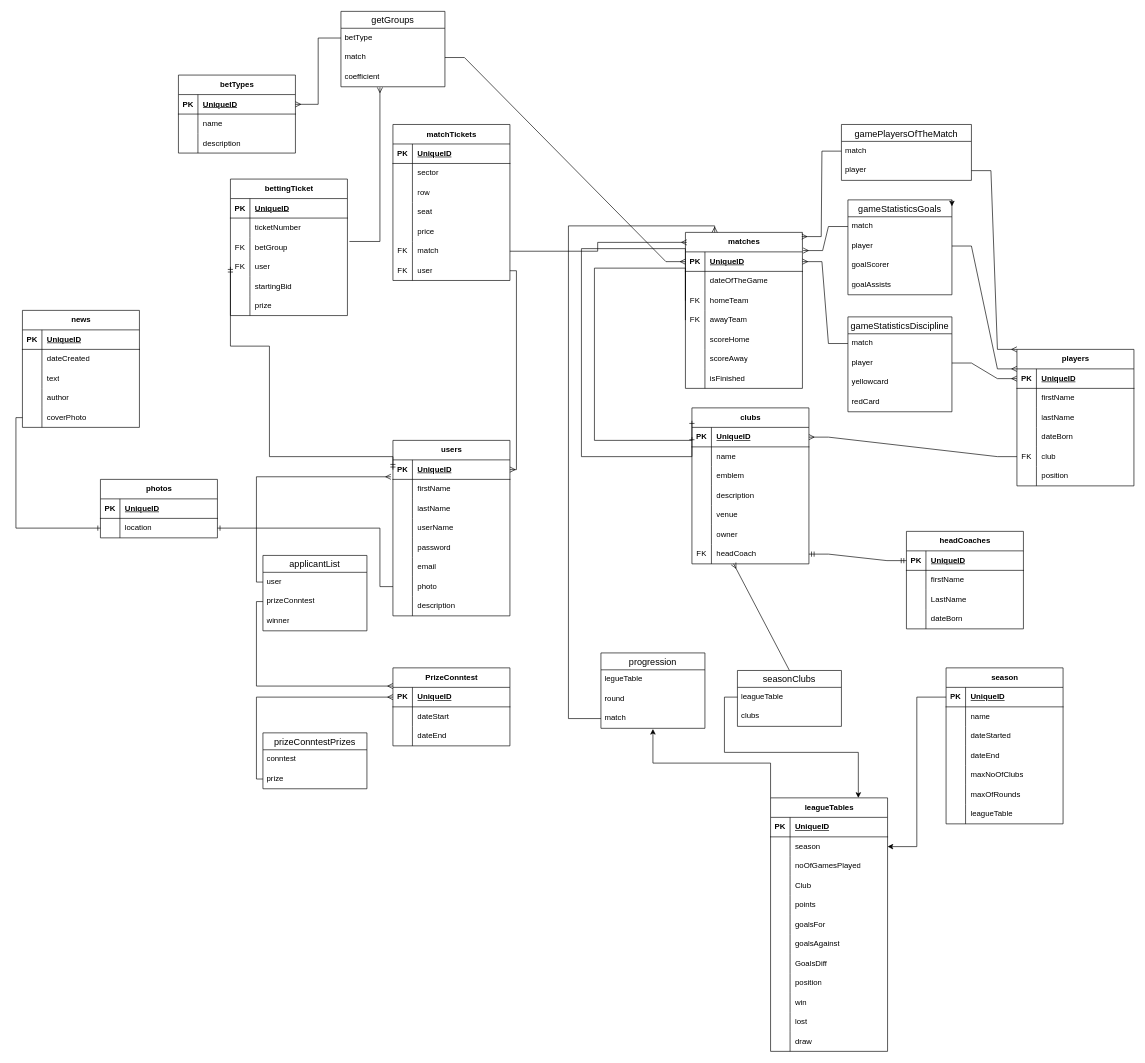
Earlier version of the draw.io diagram SQL_ERA_teško/diagrami/PremierLiga.drawio (Matija1988/EDUNOVA-homework). Source tidied: cells renumbered, new cells numbered last; positions are measured from the earlier drawing's top-left corner, leaving out a move shared by most shapes. Both pictures are drawn from the tidied source at 65%, with x=0, y=0 at pixel (22, 11).
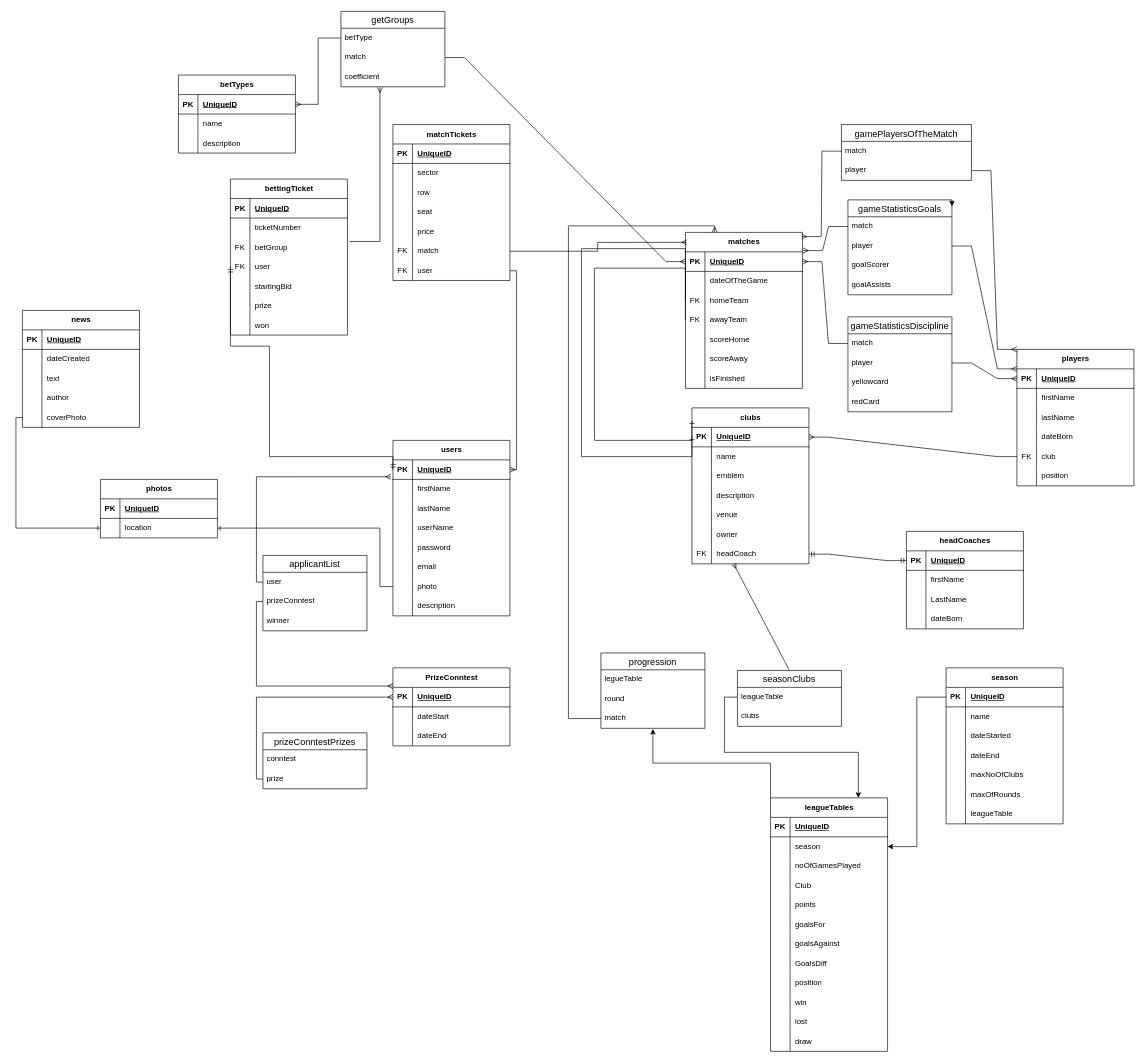
Above is the later version.

What changed in the source:
```diff
@@
     <mxCell id="159" value="bettingTicket" style="shape=table;startSize=30;childLayout=tableLayout;rowLines=0;fontStyle=1;align=center;html=1;" parent="1" vertex="1">
-      <mxGeometry x="320" y="258" width="180" height="210" as="geometry" />
+      <mxGeometry x="320" y="258" width="180" height="240" as="geometry" />
     </mxCell>
@@
+    <mxCell id="304" style="shape=tableRow;horizontal=0;startSize=0;swimlaneHead=0;swimlaneBody=0;fillColor=none;top=0;left=0;right=0;bottom=0;" parent="159" vertex="1">
+      <mxGeometry y="210" width="180" height="30" as="geometry" />
+    </mxCell>
+    <mxCell id="305" style="shape=partialRectangle;fillColor=none;top=0;left=0;bottom=0;right=0;overflow=hidden;whiteSpace=wrap;html=1;" parent="304" vertex="1">
+      <mxGeometry width="30" height="30" as="geometry" />
+    </mxCell>
+    <mxCell id="306" value="won" style="shape=partialRectangle;fillColor=none;top=0;left=0;bottom=0;right=0;align=left;spacingLeft=6;overflow=hidden;whiteSpace=wrap;html=1;" parent="304" vertex="1">
+      <mxGeometry x="30" width="150" height="30" as="geometry" />
+    </mxCell>
```
